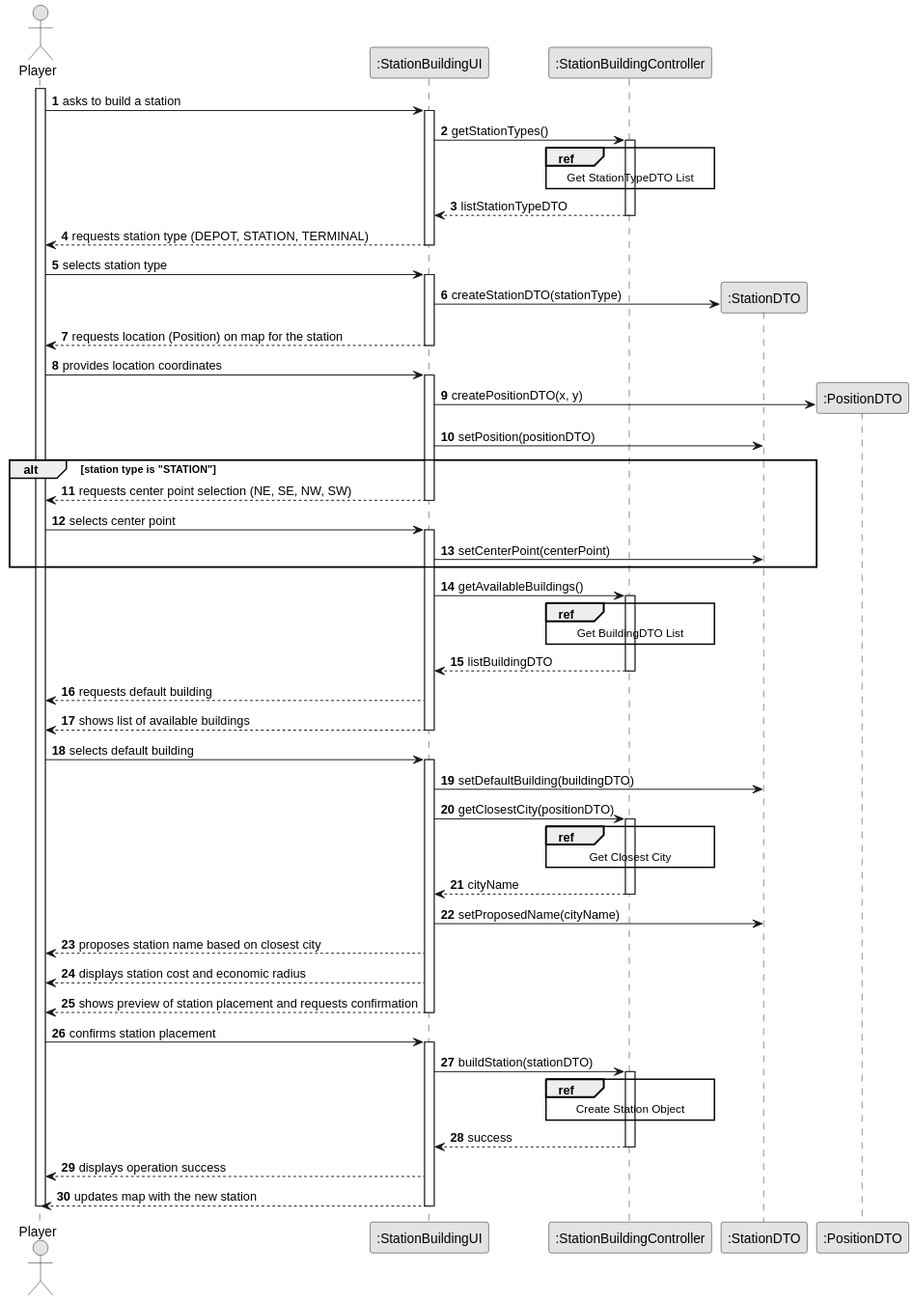
Earlier version of the PlantUML export docs/system-documentation/Sprint 3/US05/03.design/svg/US05-SD-split-Sequence_Diagram.svg (HenriqueSilva18/Railway-Network-Simulator).
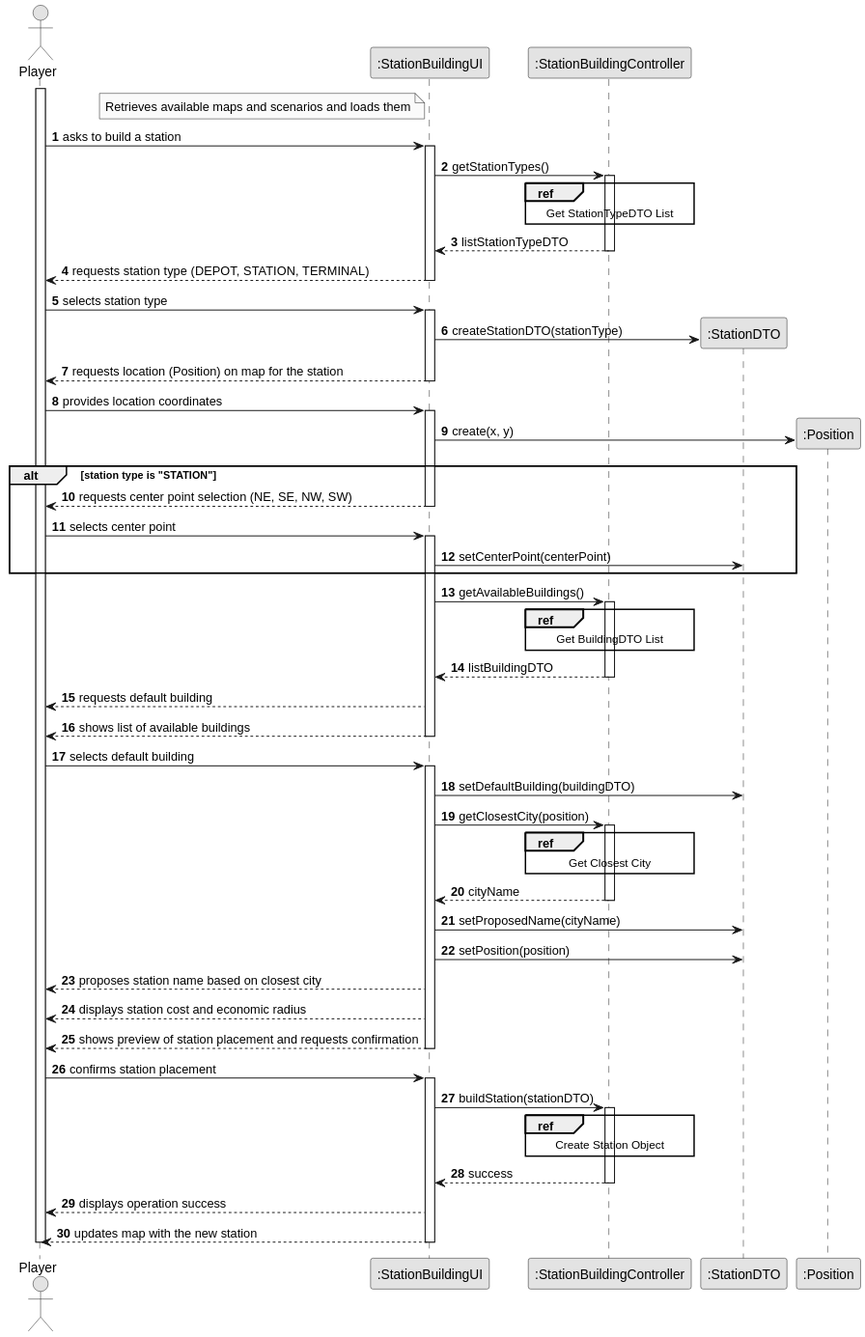
The same diagram one commit later.

Diff of the diagram source:
```diff
@@ -10,10 +10,13 @@
 participant ":StationBuildingUI" as UI
 participant ":StationBuildingController" as CTRL
 participant ":StationDTO" as STATION_DTO
-participant ":PositionDTO" as POS_DTO
+participant ":Position" as POSITION
 
 activate PLAYER
 
+note left of UI
+    Retrieves available maps and scenarios and loads them
+end note
     PLAYER -> UI : asks to build a station
     activate UI
         UI -> CTRL : getStationTypes()
@@ -35,8 +38,7 @@
 
     PLAYER -> UI : provides location coordinates
     activate UI
-        UI -> POS_DTO** : createPositionDTO(x, y)
-        UI -> STATION_DTO : setPosition(positionDTO)
+        UI -> POSITION** : create(x, y)
 
         alt station type is "STATION"
             UI --> PLAYER : requests center point selection (NE, SE, NW, SW)
@@ -63,7 +65,7 @@
     activate UI
         UI -> STATION_DTO : setDefaultBuilding(buildingDTO)
 
-        UI -> CTRL : getClosestCity(positionDTO)
+        UI -> CTRL : getClosestCity(position)
         activate CTRL
             ref over CTRL
                 Get Closest City
@@ -72,7 +74,7 @@
         deactivate CTRL
 
         UI -> STATION_DTO : setProposedName(cityName)
-
+        UI -> STATION_DTO : setPosition(position)
 
         UI --> PLAYER : proposes station name based on closest city
         UI --> PLAYER : displays station cost and economic radius
```
